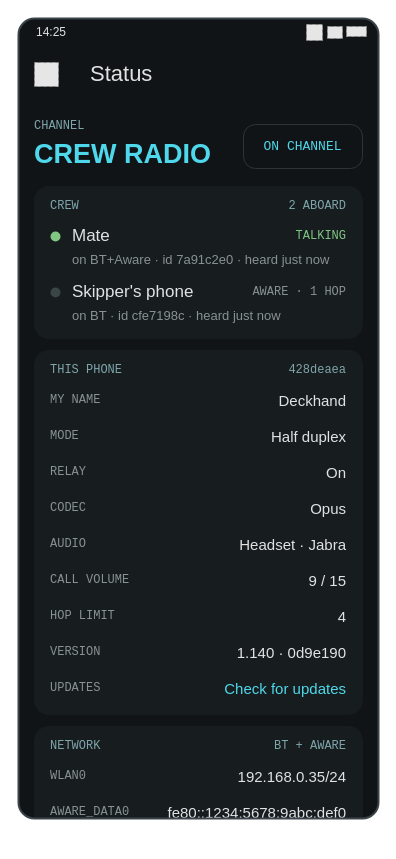
Earlier version of the draw.io diagram docs/diagrams/screen-status.drawio (KEGustafsson/crew-radio). Source tidied: cells renumbered, new cells numbered last; positions are measured from the earlier drawing's top-left corner, leaving out a move shared by most shapes. Both pictures are drawn from the tidied source at 100%, with x=0, y=0 at pixel (18, 18). Pictures stored in the file or linked from it are replaced by grey dashed boxes.
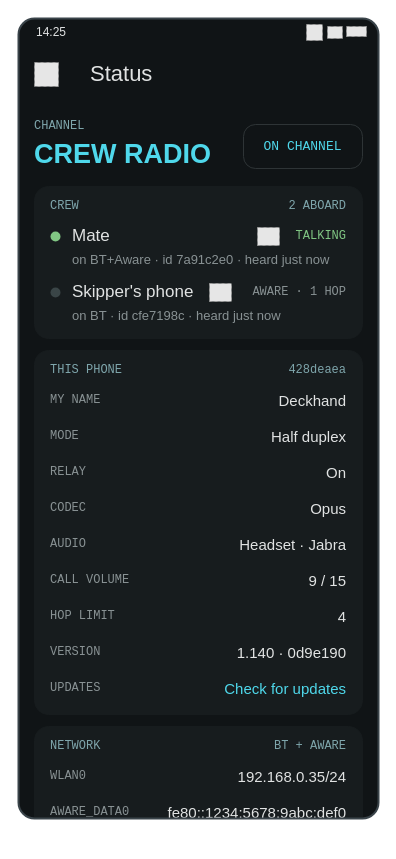
The same page after the edit.

Diff of the diagram source:
```diff
@@
+    <mxCell id="54" style="fillColor=#E6E6E6;strokeColor=#999999;dashed=1;html=1;" parent="1" vertex="1">
+      <mxGeometry x="239" y="209" width="22" height="18" as="geometry" />
+    </mxCell>
@@
+    <mxCell id="55" style="fillColor=#E6E6E6;strokeColor=#999999;dashed=1;html=1;" parent="1" vertex="1">
+      <mxGeometry x="191" y="265" width="22" height="18" as="geometry" />
+    </mxCell>
```
